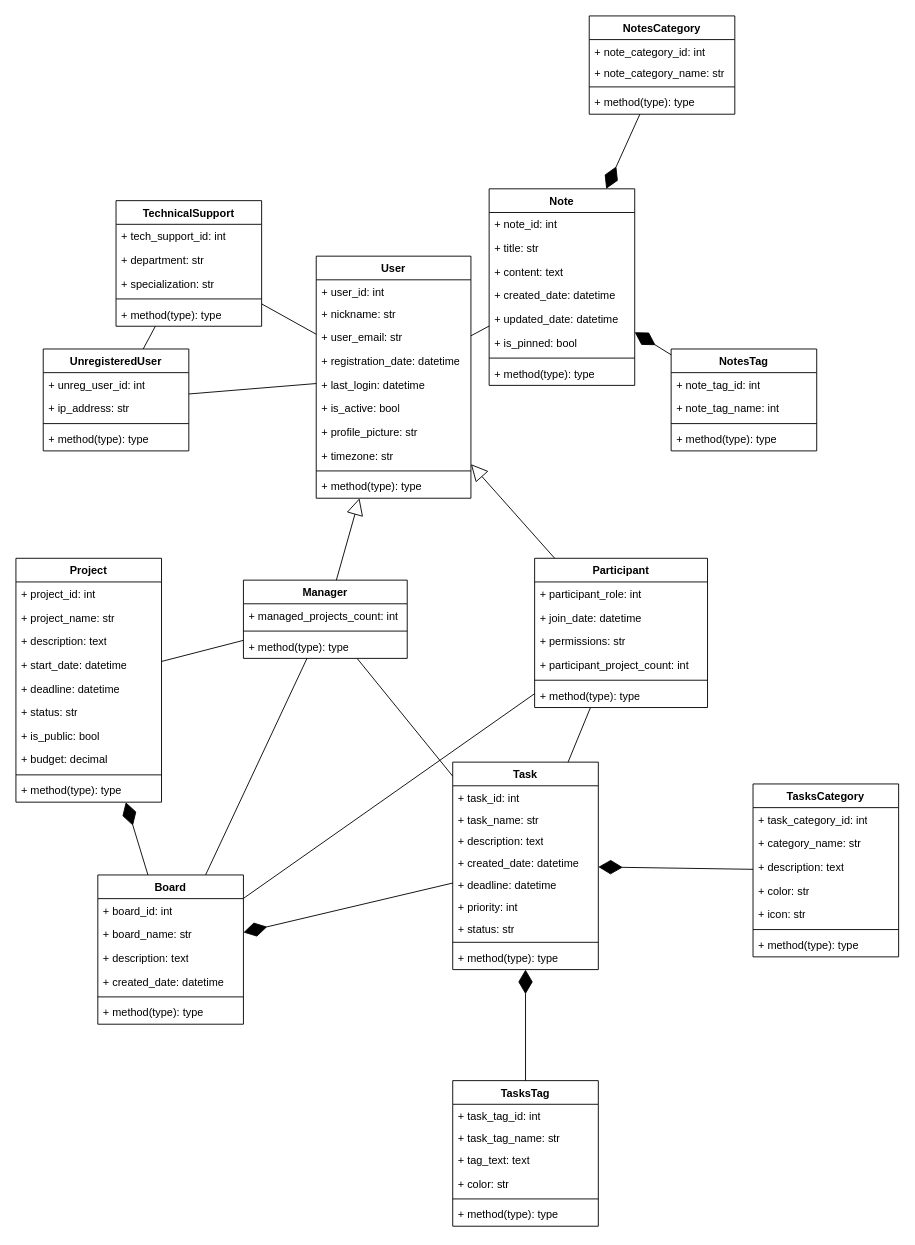
Earlier version of the draw.io diagram TRPO3.drawio.xml (diamko/Lab3). Source tidied: cells renumbered, new cells numbered last; positions are measured from the earlier drawing's top-left corner, leaving out a move shared by most shapes. Both pictures are drawn from the tidied source at 91%, with x=0, y=0 at pixel (15, 15).
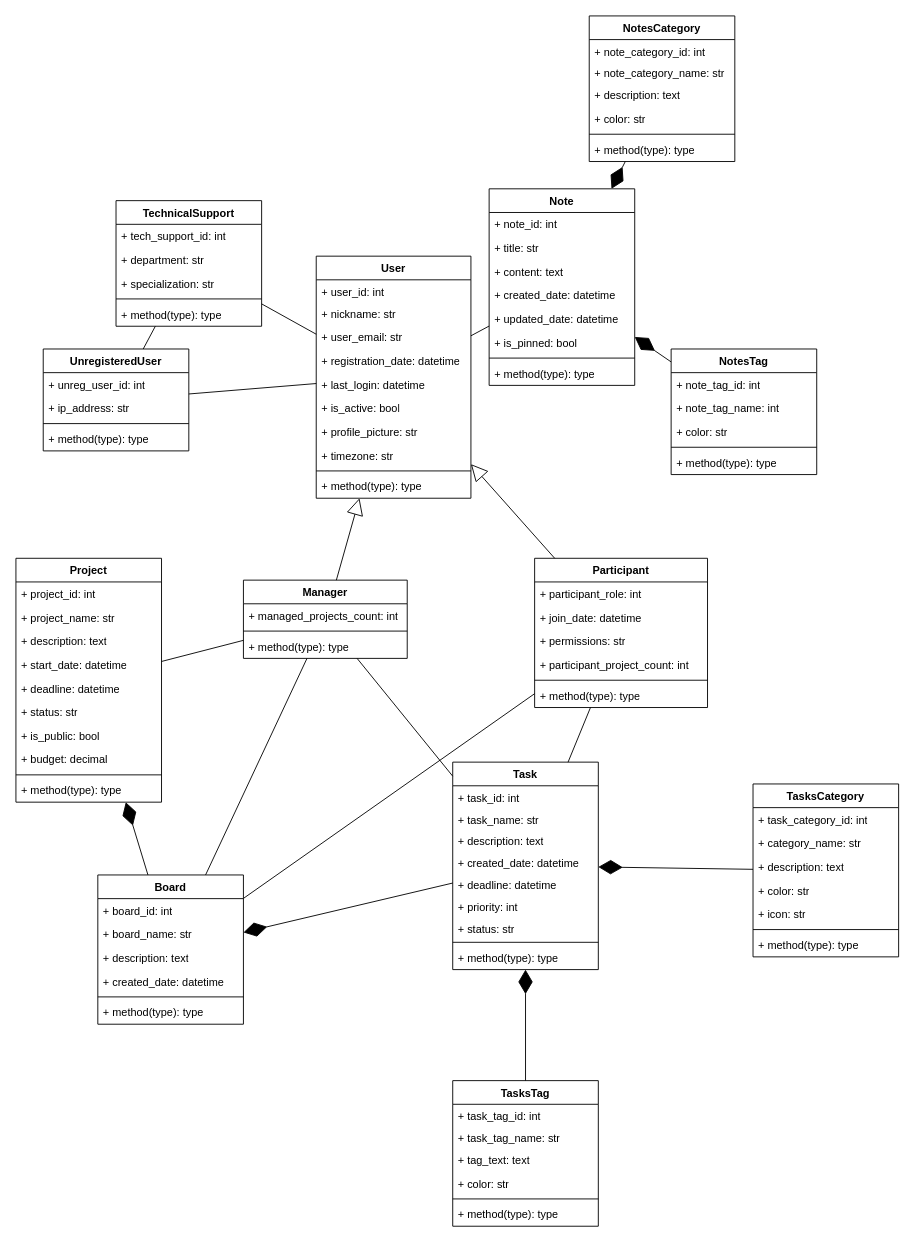
The same page after the edit.

Change to the diagram source:
```diff
@@
     <mxCell id="102" value="NotesTag" style="swimlane;fontStyle=1;align=center;verticalAlign=top;horizontal=1;startSize=26;whiteSpace=wrap;html=1;" parent="1" vertex="1">
-      <mxGeometry x="720" y="366" width="160" height="112" as="geometry" />
+      <mxGeometry x="720" y="366" width="160" height="138" as="geometry" />
     </mxCell>
@@
+    <mxCell id="114" value="+ color: str" style="text;strokeColor=none;fillColor=none;align=left;verticalAlign=top;spacingLeft=4;spacingRight=4;overflow=hidden;whiteSpace=wrap;html=1;" parent="102" vertex="1">
+      <mxGeometry y="78" width="160" height="26" as="geometry" />
+    </mxCell>
     <mxCell id="105" style="line;strokeWidth=1;fillColor=none;align=left;verticalAlign=middle;spacingTop=-1;spacingLeft=3;spacingRight=3;labelPosition=right;strokeColor=inherit;" parent="102" vertex="1">
-      <mxGeometry y="78" width="160" height="8" as="geometry" />
+      <mxGeometry y="104" width="160" height="8" as="geometry" />
     </mxCell>
     <mxCell id="106" value="+ method(type): type" style="text;strokeColor=none;fillColor=none;align=left;verticalAlign=top;spacingLeft=4;spacingRight=4;overflow=hidden;whiteSpace=wrap;html=1;" parent="102" vertex="1">
-      <mxGeometry y="86" width="160" height="26" as="geometry" />
+      <mxGeometry y="112" width="160" height="26" as="geometry" />
     </mxCell>
     <mxCell id="107" value="NotesCategory" style="swimlane;fontStyle=1;align=center;verticalAlign=top;horizontal=1;startSize=26;whiteSpace=wrap;html=1;" parent="1" vertex="1">
-      <mxGeometry x="630" width="160" height="108" as="geometry" />
+      <mxGeometry x="630" width="160" height="160" as="geometry" />
     </mxCell>
@@
+    <mxCell id="115" value="+&amp;nbsp;description: text" style="text;strokeColor=none;fillColor=none;align=left;verticalAlign=top;spacingLeft=4;spacingRight=4;overflow=hidden;whiteSpace=wrap;html=1;" parent="107" vertex="1">
+      <mxGeometry y="74" width="160" height="26" as="geometry" />
+    </mxCell>
+    <mxCell id="116" value="+&amp;nbsp;color: str" style="text;strokeColor=none;fillColor=none;align=left;verticalAlign=top;spacingLeft=4;spacingRight=4;overflow=hidden;whiteSpace=wrap;html=1;" parent="107" vertex="1">
+      <mxGeometry y="100" width="160" height="26" as="geometry" />
+    </mxCell>
     <mxCell id="110" style="line;strokeWidth=1;fillColor=none;align=left;verticalAlign=middle;spacingTop=-1;spacingLeft=3;spacingRight=3;labelPosition=right;strokeColor=inherit;" parent="107" vertex="1">
-      <mxGeometry y="74" width="160" height="8" as="geometry" />
+      <mxGeometry y="126" width="160" height="8" as="geometry" />
     </mxCell>
     <mxCell id="111" value="+ method(type): type" style="text;strokeColor=none;fillColor=none;align=left;verticalAlign=top;spacingLeft=4;spacingRight=4;overflow=hidden;whiteSpace=wrap;html=1;" parent="107" vertex="1">
-      <mxGeometry y="82" width="160" height="26" as="geometry" />
+      <mxGeometry y="134" width="160" height="26" as="geometry" />
     </mxCell>
```
